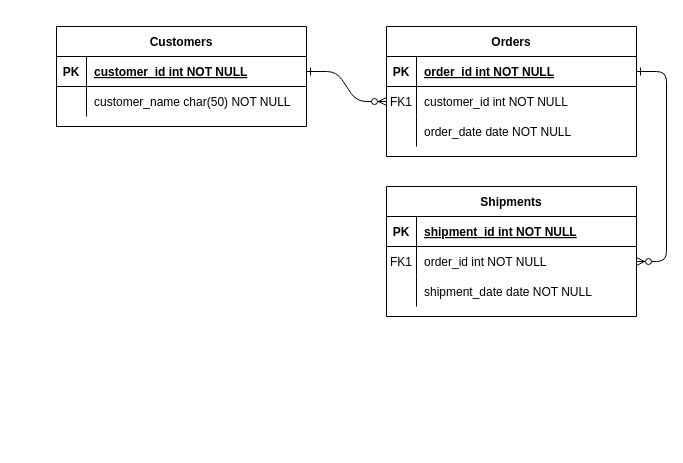
MutonyiLewis/DiabetesRecipes keeps this draw.io diagram as ERD.drawio. Above is the earlier version. Source tidied: cells renumbered, new cells numbered last; positions are measured from the earlier drawing's top-left corner, leaving out a move shared by most shapes. Both pictures are drawn from the tidied source at 100%, with x=0, y=0 at pixel (56, 26).
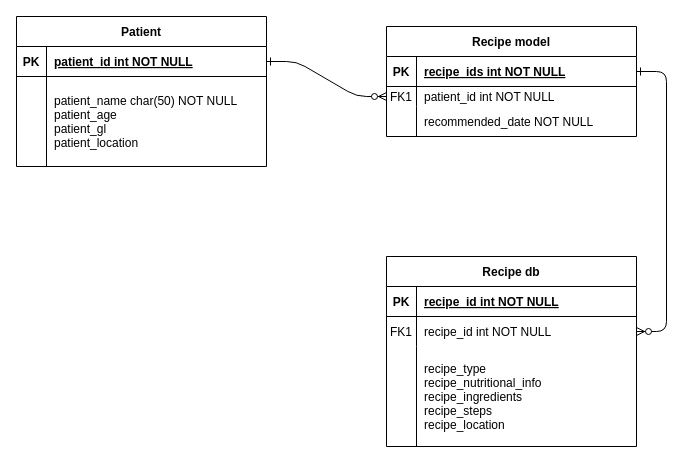
The same page after the edit.

The change refers to these unchanged cells:
```xml
<mxCell id="5" style="shape=partialRectangle;fillColor=none;points=[[0,0.5],[1,0.5]];portConstraint=eastwest;top=0;left=0;right=0;bottom=1;" parent="4" vertex="1">
  <mxGeometry y="30" width="250" height="30" as="geometry" />
</mxCell>
<mxCell id="15" style="shape=partialRectangle;fillColor=none;top=0;left=0;right=0;bottom=1;" parent="14" vertex="1">
  <mxGeometry y="30" width="250" height="30" as="geometry" />
</mxCell>
<mxCell id="18" style="shape=partialRectangle;fillColor=none;points=[[0,0.5],[1,0.5]];portConstraint=eastwest;top=0;left=0;right=0;bottom=0;" parent="14" vertex="1">
  <mxGeometry y="60" width="250" height="30" as="geometry" />
</mxCell>
<mxCell id="25" style="shape=partialRectangle;fillColor=none;points=[[0,0.5],[1,0.5]];portConstraint=eastwest;top=0;left=0;right=0;bottom=1;" parent="24" vertex="1">
  <mxGeometry y="30" width="250" height="30" as="geometry" />
</mxCell>
```

Diff of the diagram source:
```diff
@@
-    <mxCell id="4" value="Orders" style="shape=table;startSize=30;childLayout=tableLayout;rowLines=0;fontStyle=1;align=center;" parent="1" vertex="1">
-      <mxGeometry x="330" width="250" height="130" as="geometry" />
+    <mxCell id="4" value="Recipe model" style="shape=table;startSize=30;childLayout=tableLayout;rowLines=0;fontStyle=1;align=center;" parent="1" vertex="1">
+      <mxGeometry x="330" width="250" height="110" as="geometry" />
     </mxCell>
@@
-    <mxCell id="7" value="order_id int NOT NULL " style="shape=partialRectangle;overflow=hidden;fillColor=none;top=0;left=0;bottom=0;right=0;align=left;spacingLeft=6;fontStyle=5;" parent="5" vertex="1">
+    <mxCell id="7" value="recipe_ids int NOT NULL " style="shape=partialRectangle;overflow=hidden;fillColor=none;top=0;left=0;bottom=0;right=0;align=left;spacingLeft=6;fontStyle=5;" parent="5" vertex="1">
       <mxGeometry x="30" width="220" height="30" as="geometry" />
     </mxCell>
     <mxCell id="8" style="shape=partialRectangle;fillColor=none;points=[[0,0.5],[1,0.5]];portConstraint=eastwest;top=0;left=0;right=0;bottom=0;" parent="4" vertex="1">
-      <mxGeometry y="60" width="250" height="30" as="geometry" />
+      <mxGeometry y="60" width="250" height="20" as="geometry" />
     </mxCell>
     <mxCell id="9" value="FK1" style="shape=partialRectangle;overflow=hidden;fillColor=none;top=0;left=0;bottom=0;right=0;" parent="8" vertex="1">
-      <mxGeometry width="30" height="30" as="geometry" />
+      <mxGeometry width="30" height="20" as="geometry" />
     </mxCell>
-    <mxCell id="10" value="customer_id int NOT NULL" style="shape=partialRectangle;overflow=hidden;fillColor=none;top=0;left=0;bottom=0;right=0;align=left;spacingLeft=6;" parent="8" vertex="1">
-      <mxGeometry x="30" width="220" height="30" as="geometry" />
+    <mxCell id="10" value="patient_id int NOT NULL" style="shape=partialRectangle;overflow=hidden;fillColor=none;top=0;left=0;bottom=0;right=0;align=left;spacingLeft=6;" parent="8" vertex="1">
+      <mxGeometry x="30" width="220" height="20" as="geometry" />
     </mxCell>
     <mxCell id="11" style="shape=partialRectangle;fillColor=none;top=0;left=0;right=0;bottom=0;" parent="4" vertex="1">
-      <mxGeometry y="90" width="250" height="30" as="geometry" />
+      <mxGeometry y="80" width="250" height="30" as="geometry" />
     </mxCell>
@@
-    <mxCell id="13" value="order_date date NOT NULL" style="shape=partialRectangle;overflow=hidden;fillColor=none;top=0;left=0;bottom=0;right=0;align=left;spacingLeft=6;" parent="11" vertex="1">
+    <mxCell id="13" value="recommended_date NOT NULL" style="shape=partialRectangle;overflow=hidden;fillColor=none;top=0;left=0;bottom=0;right=0;align=left;spacingLeft=6;" parent="11" vertex="1">
       <mxGeometry x="30" width="220" height="30" as="geometry" />
     </mxCell>
-    <mxCell id="14" value="Shipments" style="shape=table;startSize=30;childLayout=tableLayout;rowLines=0;fontStyle=1;align=center;" parent="1" vertex="1">
-      <mxGeometry x="330" y="160" width="250" height="130" as="geometry" />
+    <mxCell id="14" value="Recipe db" style="shape=table;startSize=30;childLayout=tableLayout;rowLines=0;fontStyle=1;align=center;" parent="1" vertex="1">
+      <mxGeometry x="330" y="230" width="250" height="190" as="geometry" />
     </mxCell>
@@
-    <mxCell id="17" value="shipment_id int NOT NULL " style="shape=partialRectangle;overflow=hidden;fillColor=none;top=0;left=0;bottom=0;right=0;align=left;spacingLeft=6;fontStyle=5;" parent="15" vertex="1">
+    <mxCell id="17" value="recipe_id int NOT NULL " style="shape=partialRectangle;overflow=hidden;fillColor=none;top=0;left=0;bottom=0;right=0;align=left;spacingLeft=6;fontStyle=5;" parent="15" vertex="1">
       <mxGeometry x="30" width="220" height="30" as="geometry" />
     </mxCell>
@@
-    <mxCell id="20" value="order_id int NOT NULL" style="shape=partialRectangle;overflow=hidden;fillColor=none;top=0;left=0;bottom=0;right=0;align=left;spacingLeft=6;" parent="18" vertex="1">
+    <mxCell id="20" value="recipe_id int NOT NULL" style="shape=partialRectangle;overflow=hidden;fillColor=none;top=0;left=0;bottom=0;right=0;align=left;spacingLeft=6;" parent="18" vertex="1">
       <mxGeometry x="30" width="220" height="30" as="geometry" />
     </mxCell>
     <mxCell id="21" style="shape=partialRectangle;fillColor=none;top=0;left=0;right=0;bottom=0;" parent="14" vertex="1">
-      <mxGeometry y="90" width="250" height="30" as="geometry" />
+      <mxGeometry y="90" width="250" height="100" as="geometry" />
     </mxCell>
     <mxCell id="22" style="shape=partialRectangle;overflow=hidden;fillColor=none;top=0;left=0;bottom=0;right=0;" parent="21" vertex="1">
-      <mxGeometry width="30" height="30" as="geometry" />
+      <mxGeometry width="30" height="100" as="geometry" />
     </mxCell>
-    <mxCell id="23" value="shipment_date date NOT NULL" style="shape=partialRectangle;overflow=hidden;fillColor=none;top=0;left=0;bottom=0;right=0;align=left;spacingLeft=6;" parent="21" vertex="1">
-      <mxGeometry x="30" width="220" height="30" as="geometry" />
+    <mxCell id="23" value="recipe_type&#10;recipe_nutritional_info&#10;recipe_ingredients&#10;recipe_steps&#10;recipe_location" style="shape=partialRectangle;overflow=hidden;fillColor=none;top=0;left=0;bottom=0;right=0;align=left;spacingLeft=6;" parent="21" vertex="1">
+      <mxGeometry x="30" width="220" height="100" as="geometry" />
     </mxCell>
-    <mxCell id="24" value="Customers" style="shape=table;startSize=30;childLayout=tableLayout;rowLines=0;fontStyle=1;align=center;" parent="1" vertex="1">
-      <mxGeometry width="250" height="100" as="geometry" />
+    <mxCell id="24" value="Patient" style="shape=table;startSize=30;childLayout=tableLayout;rowLines=0;fontStyle=1;align=center;" parent="1" vertex="1">
+      <mxGeometry x="-40" y="-10" width="250" height="150" as="geometry" />
     </mxCell>
@@
-    <mxCell id="27" value="customer_id int NOT NULL " style="shape=partialRectangle;overflow=hidden;fillColor=none;top=0;left=0;bottom=0;right=0;align=left;spacingLeft=6;fontStyle=5;" parent="25" vertex="1">
+    <mxCell id="27" value="patient_id int NOT NULL " style="shape=partialRectangle;overflow=hidden;fillColor=none;top=0;left=0;bottom=0;right=0;align=left;spacingLeft=6;fontStyle=5;" parent="25" vertex="1">
       <mxGeometry x="30" width="220" height="30" as="geometry" />
     </mxCell>
     <mxCell id="28" style="shape=partialRectangle;fillColor=none;top=0;left=0;right=0;bottom=0;" parent="24" vertex="1">
-      <mxGeometry y="60" width="250" height="30" as="geometry" />
+      <mxGeometry y="60" width="250" height="90" as="geometry" />
     </mxCell>
     <mxCell id="29" style="shape=partialRectangle;overflow=hidden;fillColor=none;top=0;left=0;bottom=0;right=0;" parent="28" vertex="1">
-      <mxGeometry width="30" height="30" as="geometry" />
+      <mxGeometry width="30" height="90" as="geometry" />
     </mxCell>
-    <mxCell id="30" value="customer_name char(50) NOT NULL" style="shape=partialRectangle;overflow=hidden;fillColor=none;top=0;left=0;bottom=0;right=0;align=left;spacingLeft=6;" parent="28" vertex="1">
-      <mxGeometry x="30" width="220" height="30" as="geometry" />
+    <mxCell id="30" value="patient_name char(50) NOT NULL&#10;patient_age&#10;patient_gl&#10;patient_location" style="shape=partialRectangle;overflow=hidden;fillColor=none;top=0;left=0;bottom=0;right=0;align=left;spacingLeft=6;" parent="28" vertex="1">
+      <mxGeometry x="30" width="220" height="90" as="geometry" />
     </mxCell>
```
